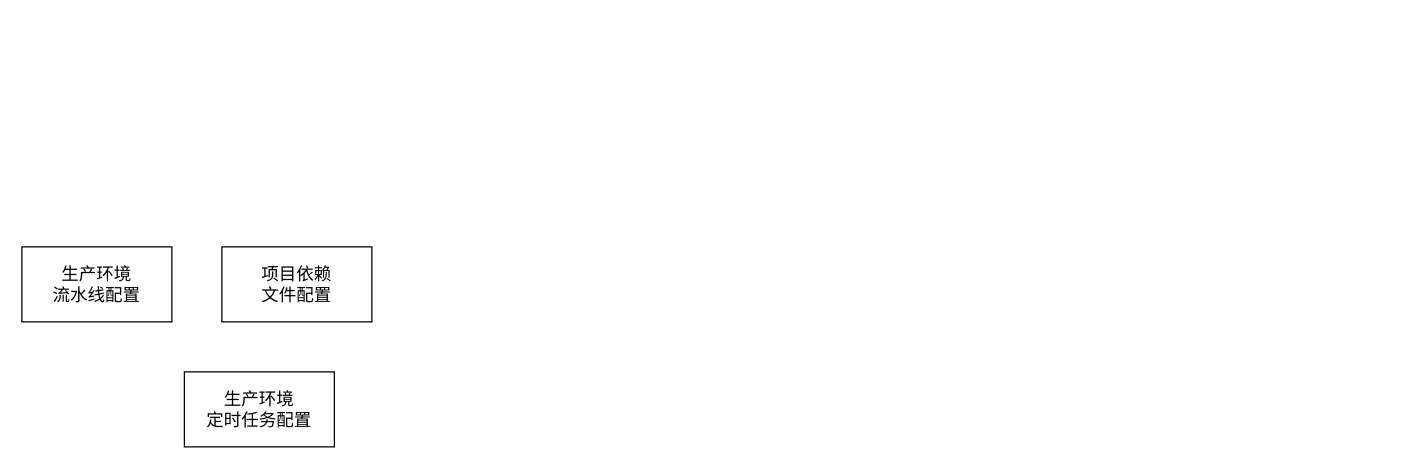
liugangjian/draw.io keeps this draw.io diagram as prdflow.drawio. Above is the earlier version. Source tidied: cells renumbered, new cells numbered last; positions are measured from the earlier drawing's top-left corner, leaving out a move shared by most shapes. Both pictures are drawn from the tidied source at 125%, with x=0, y=0 at pixel (21, 246).
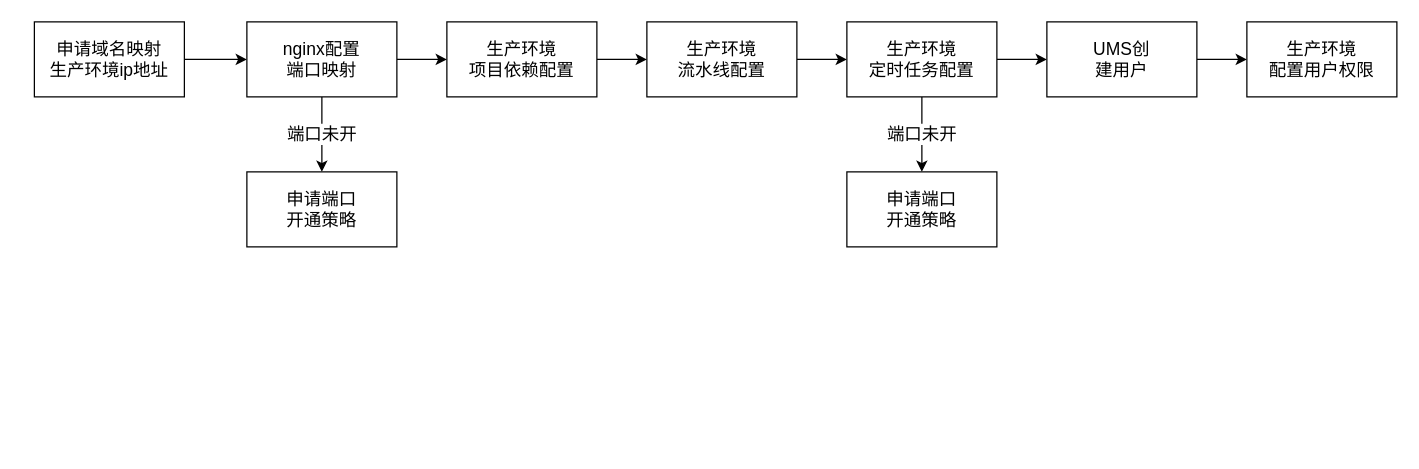
Above is the later version.

Diff of the diagram source:
```diff
@@
 <mxGraphModel>
   <root>
     <mxCell id="0" />
     <mxCell id="1" parent="0" />
+    <mxCell id="5" style="edgeStyle=orthogonalEdgeStyle;rounded=0;jettySize=auto;html=1;exitX=1;exitY=0.5;exitDx=0;exitDy=0;entryX=0;entryY=0.5;entryDx=0;entryDy=0;fontSize=14;" parent="1" edge="1" source="2" target="4">
+      <mxGeometry relative="1" as="geometry" />
+    </mxCell>
     <mxCell id="2" value="生产环境&lt;br style=&quot;font-size: 14px;&quot;&gt;流水线配置" style="rounded=0;whiteSpace=wrap;html=1;fontSize=14;fontStyle=0;" parent="1" vertex="1">
-      <mxGeometry width="120" height="60" as="geometry" />
+      <mxGeometry x="500" y="-180" width="120" height="60" as="geometry" />
     </mxCell>
+    <mxCell id="6" style="edgeStyle=orthogonalEdgeStyle;rounded=0;jettySize=auto;html=1;exitX=1;exitY=0.5;exitDx=0;exitDy=0;entryX=0;entryY=0.5;entryDx=0;entryDy=0;fontSize=14;" parent="1" edge="1" source="3" target="2">
+      <mxGeometry relative="1" as="geometry" />
+    </mxCell>
-    <mxCell id="3" value="项目依赖&lt;br&gt;文件配置" style="rounded=0;whiteSpace=wrap;html=1;fontSize=14;" parent="1" vertex="1">
-      <mxGeometry x="160" width="120" height="60" as="geometry" />
+    <mxCell id="3" value="生产环境&lt;br&gt;项目依赖配置" style="rounded=0;whiteSpace=wrap;html=1;fontSize=14;" parent="1" vertex="1">
+      <mxGeometry x="340" y="-180" width="120" height="60" as="geometry" />
     </mxCell>
+    <mxCell id="7" value="端口未开" style="edgeStyle=orthogonalEdgeStyle;rounded=0;jettySize=auto;html=1;exitX=0.5;exitY=1;exitDx=0;exitDy=0;entryX=0.5;entryY=0;entryDx=0;entryDy=0;fontSize=14;" parent="1" edge="1" source="4" target="14">
+      <mxGeometry relative="1" as="geometry" />
+    </mxCell>
+    <mxCell id="8" style="edgeStyle=orthogonalEdgeStyle;rounded=0;jettySize=auto;html=1;exitX=1;exitY=0.5;exitDx=0;exitDy=0;entryX=0;entryY=0.5;entryDx=0;entryDy=0;fontSize=14;" parent="1" edge="1" source="4" target="10">
+      <mxGeometry relative="1" as="geometry" />
+    </mxCell>
     <mxCell id="4" value="生产环境&lt;br&gt;定时任务配置" style="rounded=0;whiteSpace=wrap;html=1;fontSize=14;" parent="1" vertex="1">
-      <mxGeometry x="130" y="100" width="120" height="60" as="geometry" />
+      <mxGeometry x="660" y="-180" width="120" height="60" as="geometry" />
     </mxCell>
+    <mxCell id="9" style="edgeStyle=orthogonalEdgeStyle;rounded=0;jettySize=auto;html=1;exitX=1;exitY=0.5;exitDx=0;exitDy=0;entryX=0;entryY=0.5;entryDx=0;entryDy=0;fontSize=14;" parent="1" edge="1" source="10" target="11">
+      <mxGeometry relative="1" as="geometry" />
+    </mxCell>
+    <mxCell id="10" value="UMS创&lt;br&gt;建用户" style="rounded=0;whiteSpace=wrap;html=1;fontSize=14;" parent="1" vertex="1">
+      <mxGeometry x="820" y="-180" width="120" height="60" as="geometry" />
+    </mxCell>
+    <mxCell id="11" value="生产环境&lt;br&gt;配置用户权限" style="rounded=0;whiteSpace=wrap;html=1;fontSize=14;" parent="1" vertex="1">
+      <mxGeometry x="980" y="-180" width="120" height="60" as="geometry" />
+    </mxCell>
+    <mxCell id="12" style="edgeStyle=orthogonalEdgeStyle;rounded=0;jettySize=auto;html=1;exitX=1;exitY=0.5;exitDx=0;exitDy=0;fontSize=14;" parent="1" edge="1" source="13" target="17">
+      <mxGeometry relative="1" as="geometry" />
+    </mxCell>
+    <mxCell id="13" value="申请域名映射&lt;br&gt;生产环境ip地址" style="rounded=0;whiteSpace=wrap;html=1;fontSize=14;" parent="1" vertex="1">
+      <mxGeometry x="10" y="-180" width="120" height="60" as="geometry" />
+    </mxCell>
+    <mxCell id="14" value="申请端口&lt;br&gt;开通策略" style="rounded=0;whiteSpace=wrap;html=1;fontSize=14;" parent="1" vertex="1">
+      <mxGeometry x="660" y="-60" width="120" height="60" as="geometry" />
+    </mxCell>
+    <mxCell id="15" value="端口未开" style="edgeStyle=orthogonalEdgeStyle;rounded=0;jettySize=auto;html=1;exitX=0.5;exitY=1;exitDx=0;exitDy=0;entryX=0.5;entryY=0;entryDx=0;entryDy=0;fontSize=14;" parent="1" edge="1" source="17" target="18">
+      <mxGeometry relative="1" as="geometry" />
+    </mxCell>
+    <mxCell id="16" style="edgeStyle=orthogonalEdgeStyle;rounded=0;jettySize=auto;html=1;exitX=1;exitY=0.5;exitDx=0;exitDy=0;entryX=0;entryY=0.5;entryDx=0;entryDy=0;fontSize=14;" parent="1" edge="1" source="17" target="3">
+      <mxGeometry relative="1" as="geometry" />
+    </mxCell>
+    <mxCell id="17" value="nginx配置&lt;br&gt;端口映射" style="rounded=0;whiteSpace=wrap;html=1;fontSize=14;" parent="1" vertex="1">
+      <mxGeometry x="180" y="-180" width="120" height="60" as="geometry" />
+    </mxCell>
+    <mxCell id="18" value="申请端口&lt;br&gt;开通策略" style="rounded=0;whiteSpace=wrap;html=1;fontSize=14;" parent="1" vertex="1">
+      <mxGeometry x="180" y="-60" width="120" height="60" as="geometry" />
+    </mxCell>
   </root>
 </mxGraphModel>
```
